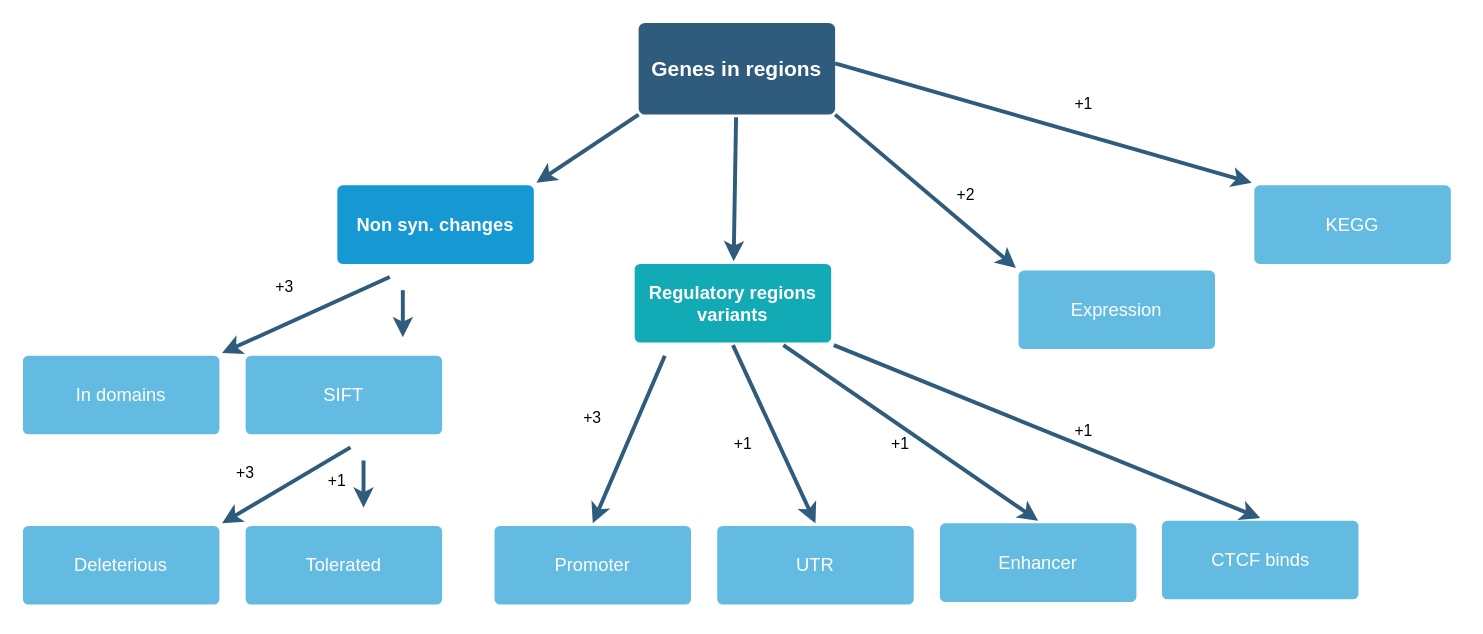
Before: CandidateGenes/Untitled Diagram.drawio in ManuelDelpero/AIL_BFMIS1xBFMIS2, a draw.io diagram. Source tidied: cells renumbered, new cells numbered last; positions are measured from the earlier drawing's top-left corner, leaving out a move shared by most shapes. Both pictures are drawn from the tidied source at 131%, with x=0, y=0 at pixel (22, 22).
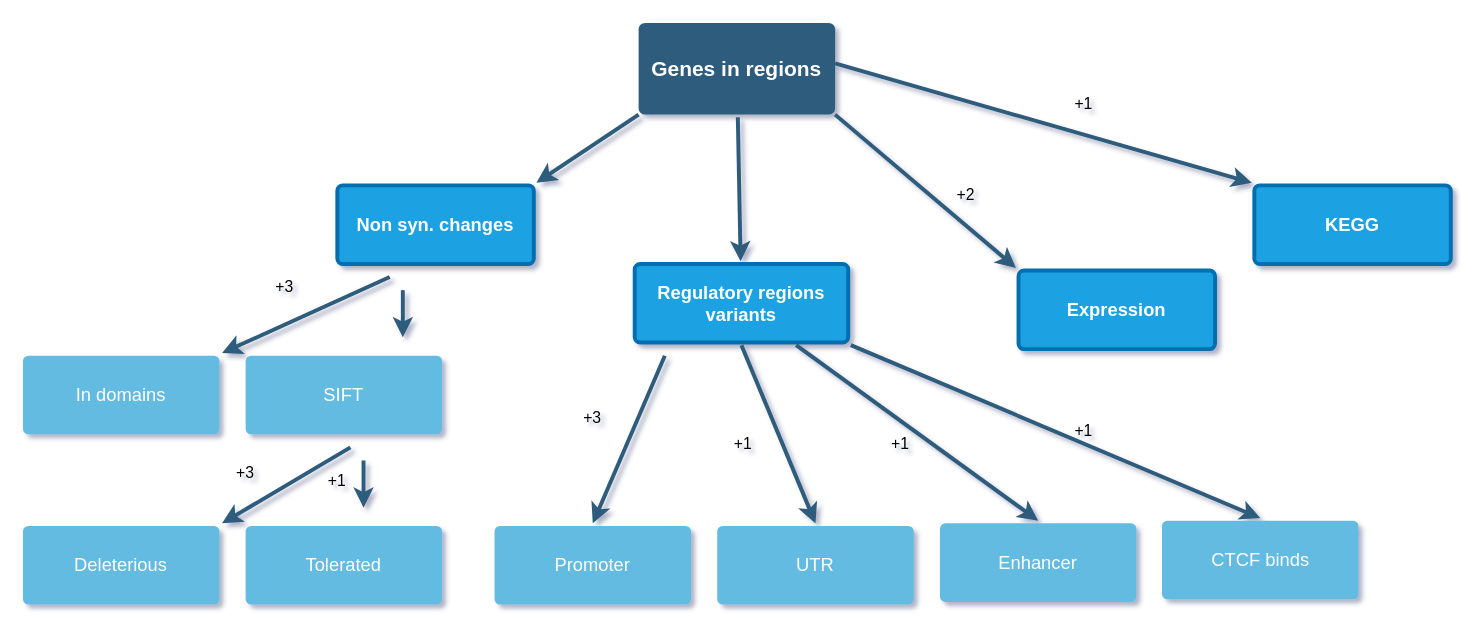
Above is the later version.

What changed in the source:
```diff
@@
-<mxGraphModel background="#FFFFFF">
+<mxGraphModel background="#FFFFFF" shadow="1">
@@
-    <mxCell id="5" value="Non syn. changes" style="rounded=1;whiteSpace=wrap;html=1;shadow=0;labelBackgroundColor=none;strokeColor=none;strokeWidth=3;fillColor=#1699d3;fontFamily=Helvetica;fontSize=14;fontColor=#FFFFFF;align=center;spacing=5;fontStyle=1;arcSize=7;perimeterSpacing=2;" parent="1" vertex="1">
+    <mxCell id="5" value="Non syn. changes" style="rounded=1;whiteSpace=wrap;html=1;shadow=0;labelBackgroundColor=none;strokeColor=#006EAF;strokeWidth=3;fillColor=#1ba1e2;fontFamily=Helvetica;fontSize=14;align=center;spacing=5;fontStyle=1;arcSize=7;perimeterSpacing=2;fontColor=#ffffff;" parent="1" vertex="1">
       <mxGeometry x="240" y="124" width="150" height="60" as="geometry" />
     </mxCell>
@@
-    <mxCell id="7" value="Regulatory regions variants" style="rounded=1;whiteSpace=wrap;html=1;shadow=0;labelBackgroundColor=none;strokeColor=none;strokeWidth=3;fillColor=#12aab5;fontFamily=Helvetica;fontSize=14;fontColor=#FFFFFF;align=center;spacing=5;fontStyle=1;arcSize=7;perimeterSpacing=2;" parent="1" vertex="1">
-      <mxGeometry x="467" y="184" width="150" height="60" as="geometry" />
+    <mxCell id="7" value="Regulatory regions variants" style="rounded=1;whiteSpace=wrap;html=1;shadow=0;labelBackgroundColor=none;strokeColor=#006EAF;strokeWidth=3;fillColor=#1ba1e2;fontFamily=Helvetica;fontSize=14;fontColor=#ffffff;align=center;spacing=5;fontStyle=1;arcSize=7;perimeterSpacing=2;" parent="1" vertex="1">
+      <mxGeometry x="467" y="184" width="163" height="60" as="geometry" />
     </mxCell>
@@
-    <mxCell id="9" value="Expression" style="rounded=1;whiteSpace=wrap;html=1;shadow=0;labelBackgroundColor=none;strokeColor=none;strokeWidth=3;fillColor=#64bbe2;fontFamily=Helvetica;fontSize=14;fontColor=#FFFFFF;align=center;spacing=5;arcSize=7;perimeterSpacing=2;" parent="1" vertex="1">
+    <mxCell id="9" value="&lt;b&gt;Expression&lt;/b&gt;" style="rounded=1;whiteSpace=wrap;html=1;shadow=0;labelBackgroundColor=none;strokeColor=#006EAF;strokeWidth=3;fillColor=#1ba1e2;fontFamily=Helvetica;fontSize=14;fontColor=#ffffff;align=center;spacing=5;arcSize=7;perimeterSpacing=2;" parent="1" vertex="1">
       <mxGeometry x="760" y="189" width="150" height="60" as="geometry" />
     </mxCell>
@@
-    <mxCell id="12" value="KEGG" style="rounded=1;whiteSpace=wrap;html=1;shadow=0;labelBackgroundColor=none;strokeColor=none;strokeWidth=3;fillColor=#64bbe2;fontFamily=Helvetica;fontSize=14;fontColor=#FFFFFF;align=center;spacing=5;arcSize=7;perimeterSpacing=2;" parent="1" vertex="1">
+    <mxCell id="12" value="&lt;b&gt;KEGG&lt;/b&gt;" style="rounded=1;whiteSpace=wrap;html=1;shadow=0;labelBackgroundColor=none;strokeColor=#006EAF;strokeWidth=3;fillColor=#1ba1e2;fontFamily=Helvetica;fontSize=14;fontColor=#ffffff;align=center;spacing=5;arcSize=7;perimeterSpacing=2;" parent="1" vertex="1">
       <mxGeometry x="940" y="124" width="150" height="60" as="geometry" />
     </mxCell>
```
